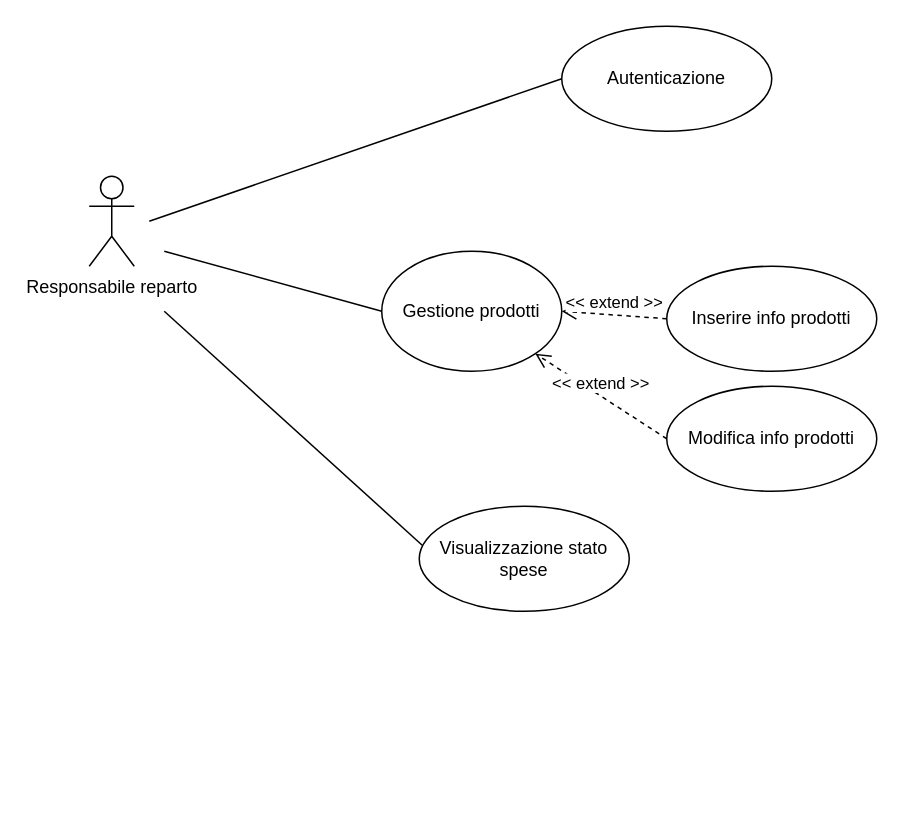
Before: docs/UseCaseResponsabile.drawio in LorenzoMioso/ProgettoIngegneriaDelSoftware, a draw.io diagram. Source tidied: cells renumbered, new cells numbered last; positions are measured from the earlier drawing's top-left corner, leaving out a move shared by most shapes. Both pictures are drawn from the tidied source at 150%, with x=0, y=0 at pixel (88, 26).
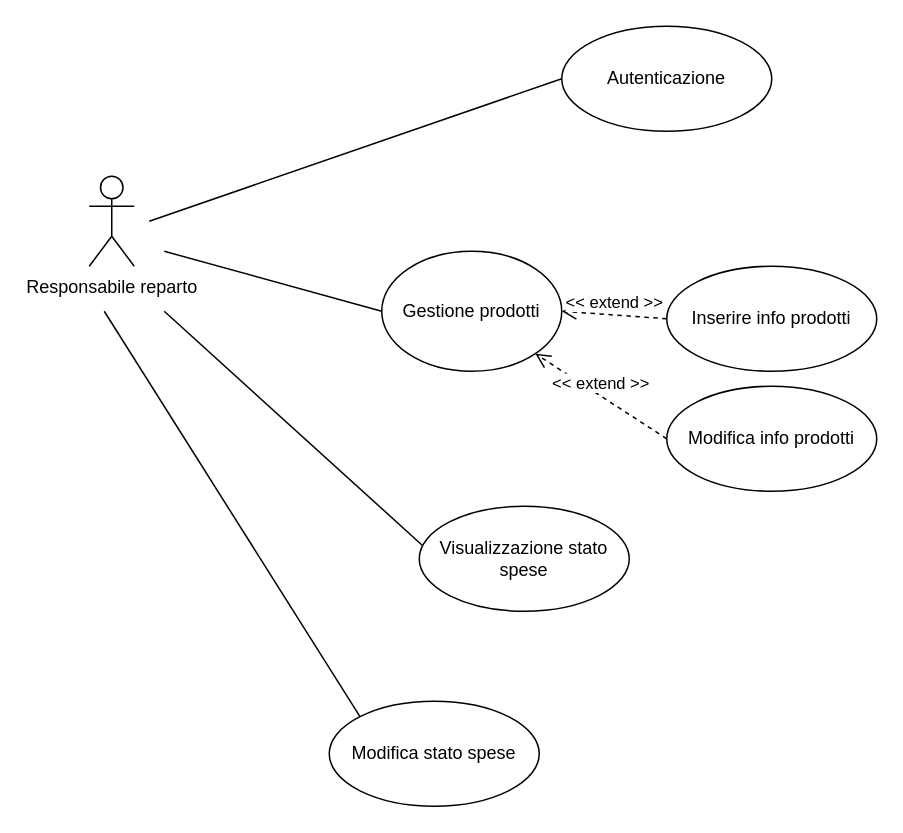
Above is the later version.

What changed in the source:
```diff
@@
 <mxGraphModel background="#ffffff">
   <root>
     <mxCell id="0" />
     <mxCell id="1" parent="0" />
     <mxCell id="2" value="Responsabile reparto" style="shape=umlActor;verticalLabelPosition=bottom;labelBackgroundColor=#ffffff;verticalAlign=top;html=1;" parent="1" vertex="1">
       <mxGeometry y="100" width="30" height="60" as="geometry" />
     </mxCell>
     <mxCell id="3" value="Autenticazione" style="ellipse;whiteSpace=wrap;html=1;" parent="1" vertex="1">
       <mxGeometry x="315" width="140" height="70" as="geometry" />
     </mxCell>
     <mxCell id="4" style="endArrow=none;html=1;entryX=0;entryY=0.5;entryDx=0;entryDy=0;" parent="1" edge="1" target="3">
       <mxGeometry relative="1" as="geometry">
         <mxPoint x="40" y="130" as="sourcePoint" />
       </mxGeometry>
     </mxCell>
     <mxCell id="5" value="Inserire info prodotti" style="ellipse;whiteSpace=wrap;html=1;" parent="1" vertex="1">
       <mxGeometry x="385" y="160" width="140" height="70" as="geometry" />
     </mxCell>
     <mxCell id="6" value="Visualizzazione stato spese" style="ellipse;whiteSpace=wrap;html=1;" parent="1" vertex="1">
       <mxGeometry x="220" y="320" width="140" height="70" as="geometry" />
     </mxCell>
     <mxCell id="7" value="Modifica info prodotti" style="ellipse;whiteSpace=wrap;html=1;" parent="1" vertex="1">
       <mxGeometry x="385" y="240" width="140" height="70" as="geometry" />
     </mxCell>
     <mxCell id="8" value="Gestione prodotti" style="ellipse;whiteSpace=wrap;html=1;" parent="1" vertex="1">
       <mxGeometry x="195" y="150" width="120" height="80" as="geometry" />
     </mxCell>
     <mxCell id="9" style="endArrow=none;html=1;entryX=0;entryY=0.5;entryDx=0;entryDy=0;" parent="1" edge="1" target="8">
       <mxGeometry relative="1" as="geometry">
         <mxPoint x="50" y="150" as="sourcePoint" />
       </mxGeometry>
     </mxCell>
     <mxCell id="10" value="&amp;lt;&amp;lt; extend &amp;gt;&amp;gt;" style="html=1;verticalAlign=bottom;endArrow=open;dashed=1;endSize=8;entryX=1;entryY=0.5;entryDx=0;entryDy=0;exitX=0;exitY=0.5;exitDx=0;exitDy=0;" parent="1" edge="1" source="5" target="8">
       <mxGeometry relative="1" as="geometry" />
     </mxCell>
     <mxCell id="11" value="&amp;lt;&amp;lt; extend &amp;gt;&amp;gt;" style="html=1;verticalAlign=bottom;endArrow=open;dashed=1;endSize=8;entryX=1;entryY=1;entryDx=0;entryDy=0;exitX=0;exitY=0.5;exitDx=0;exitDy=0;" parent="1" edge="1" source="7" target="8">
       <mxGeometry relative="1" as="geometry" />
     </mxCell>
     <mxCell id="12" style="endArrow=none;html=1;entryX=0.014;entryY=0.371;entryDx=0;entryDy=0;entryPerimeter=0;" parent="1" edge="1" target="6">
       <mxGeometry relative="1" as="geometry">
         <mxPoint x="50" y="190" as="sourcePoint" />
       </mxGeometry>
     </mxCell>
+    <mxCell id="13" value="Modifica stato spese" style="ellipse;whiteSpace=wrap;html=1;" parent="1" vertex="1">
+      <mxGeometry x="160" y="450" width="140" height="70" as="geometry" />
+    </mxCell>
+    <mxCell id="14" style="endArrow=none;html=1;exitX=0;exitY=0;exitDx=0;exitDy=0;" parent="1" edge="1" source="13">
+      <mxGeometry relative="1" as="geometry">
+        <mxPoint x="10" y="190" as="targetPoint" />
+      </mxGeometry>
+    </mxCell>
   </root>
 </mxGraphModel>
```
